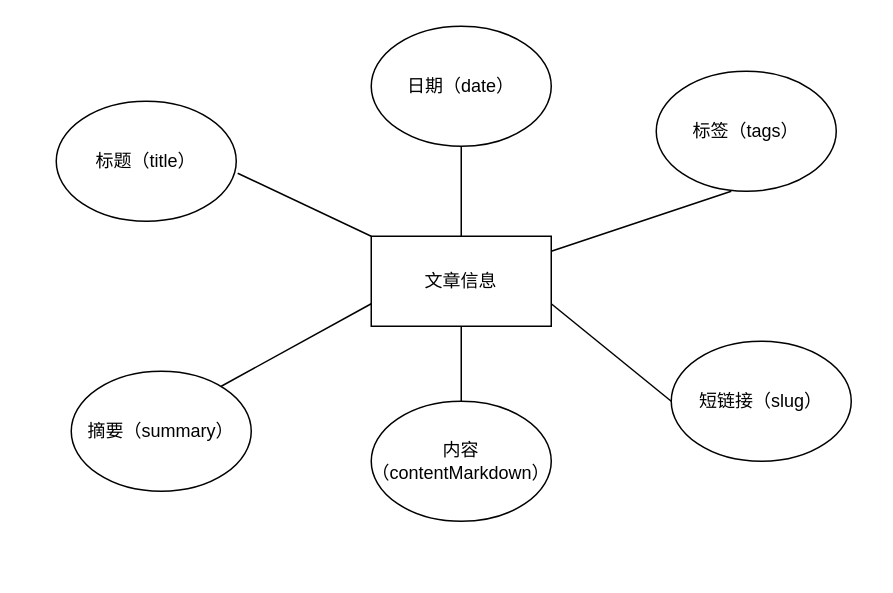
The draw.io diagram diagrams/文章信息E-R图.drawio in real-jiakai/draw, before the edit. Source tidied: cells renumbered, new cells numbered last; positions are measured from the earlier drawing's top-left corner, leaving out a move shared by most shapes. Both pictures are drawn from the tidied source at 150%, with x=0, y=0 at pixel (56, 26).
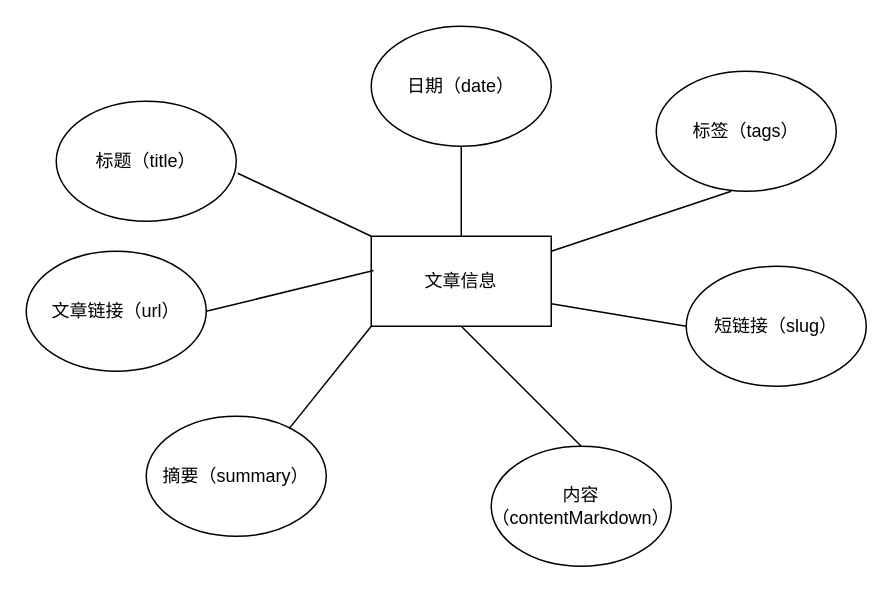
The same page after the edit.

Commit message (it also covers changes not shown here):
Update 文章信息E-R图.drawio

The edit, as a diff of the source:
```diff
@@
 <mxGraphModel>
   <root>
     <mxCell id="0" />
     <mxCell id="1" parent="0" />
     <mxCell id="2" value="文章信息" style="rounded=0;whiteSpace=wrap;html=1;" parent="1" vertex="1">
       <mxGeometry x="210" y="140" width="120" height="60" as="geometry" />
     </mxCell>
     <mxCell id="3" value="标题（title）" style="ellipse;whiteSpace=wrap;html=1;" parent="1" vertex="1">
       <mxGeometry y="50" width="120" height="80" as="geometry" />
     </mxCell>
     <mxCell id="4" value="日期（date）" style="ellipse;whiteSpace=wrap;html=1;" parent="1" vertex="1">
       <mxGeometry x="210" width="120" height="80" as="geometry" />
     </mxCell>
     <mxCell id="5" value="标签（tags）" style="ellipse;whiteSpace=wrap;html=1;" parent="1" vertex="1">
       <mxGeometry x="400" y="30" width="120" height="80" as="geometry" />
     </mxCell>
     <mxCell id="6" value="短链接（slug）" style="ellipse;whiteSpace=wrap;html=1;" parent="1" vertex="1">
-      <mxGeometry x="410" y="210" width="120" height="80" as="geometry" />
+      <mxGeometry x="420" y="160" width="120" height="80" as="geometry" />
     </mxCell>
     <mxCell id="7" value="摘要（summary）" style="ellipse;whiteSpace=wrap;html=1;" parent="1" vertex="1">
-      <mxGeometry x="10" y="230" width="120" height="80" as="geometry" />
+      <mxGeometry x="60" y="260" width="120" height="80" as="geometry" />
     </mxCell>
     <mxCell id="8" value="内容（contentMarkdown）" style="ellipse;whiteSpace=wrap;html=1;" parent="1" vertex="1">
-      <mxGeometry x="210" y="250" width="120" height="80" as="geometry" />
+      <mxGeometry x="290" y="280" width="120" height="80" as="geometry" />
     </mxCell>
-    <mxCell id="9" style="endArrow=none;html=1;rounded=0;entryX=0;entryY=0.75;entryDx=0;entryDy=0;" parent="1" edge="1" target="2">
-      <mxGeometry relative="1" as="geometry">
-        <mxPoint x="110" y="240" as="sourcePoint" />
-      </mxGeometry>
+    <mxCell id="9" style="endArrow=none;html=1;rounded=0;entryX=0;entryY=1;entryDx=0;entryDy=0;exitX=0.794;exitY=0.103;exitDx=0;exitDy=0;exitPerimeter=0;" parent="1" edge="1" source="7" target="2">
+      <mxGeometry relative="1" as="geometry" />
     </mxCell>
     <mxCell id="10" style="endArrow=none;html=1;rounded=0;exitX=1.008;exitY=0.6;exitDx=0;exitDy=0;exitPerimeter=0;entryX=0;entryY=0;entryDx=0;entryDy=0;" parent="1" edge="1" source="3" target="2">
       <mxGeometry relative="1" as="geometry" />
     </mxCell>
     <mxCell id="11" style="endArrow=none;html=1;rounded=0;exitX=0.5;exitY=0;exitDx=0;exitDy=0;entryX=0.5;entryY=1;entryDx=0;entryDy=0;" parent="1" edge="1" source="2" target="4">
       <mxGeometry relative="1" as="geometry" />
     </mxCell>
     <mxCell id="12" style="endArrow=none;html=1;rounded=0;" parent="1" edge="1">
       <mxGeometry relative="1" as="geometry">
         <mxPoint x="330" y="150" as="sourcePoint" />
         <mxPoint x="450" y="110" as="targetPoint" />
       </mxGeometry>
     </mxCell>
     <mxCell id="13" style="endArrow=none;html=1;rounded=0;entryX=0.5;entryY=1;entryDx=0;entryDy=0;exitX=0.5;exitY=0;exitDx=0;exitDy=0;" parent="1" edge="1" source="8" target="2">
       <mxGeometry relative="1" as="geometry" />
     </mxCell>
     <mxCell id="14" style="endArrow=none;html=1;rounded=0;exitX=1;exitY=0.75;exitDx=0;exitDy=0;entryX=0;entryY=0.5;entryDx=0;entryDy=0;" parent="1" edge="1" source="2" target="6">
       <mxGeometry relative="1" as="geometry" />
     </mxCell>
+    <mxCell id="15" value="文章链接（url）" style="ellipse;whiteSpace=wrap;html=1;" parent="1" vertex="1">
+      <mxGeometry x="-20" y="150" width="120" height="80" as="geometry" />
+    </mxCell>
+    <mxCell id="16" style="endArrow=none;html=1;rounded=0;exitX=1;exitY=0.5;exitDx=0;exitDy=0;entryX=0.013;entryY=0.381;entryDx=0;entryDy=0;entryPerimeter=0;" parent="1" edge="1" source="15" target="2">
+      <mxGeometry relative="1" as="geometry" />
+    </mxCell>
   </root>
 </mxGraphModel>
```
